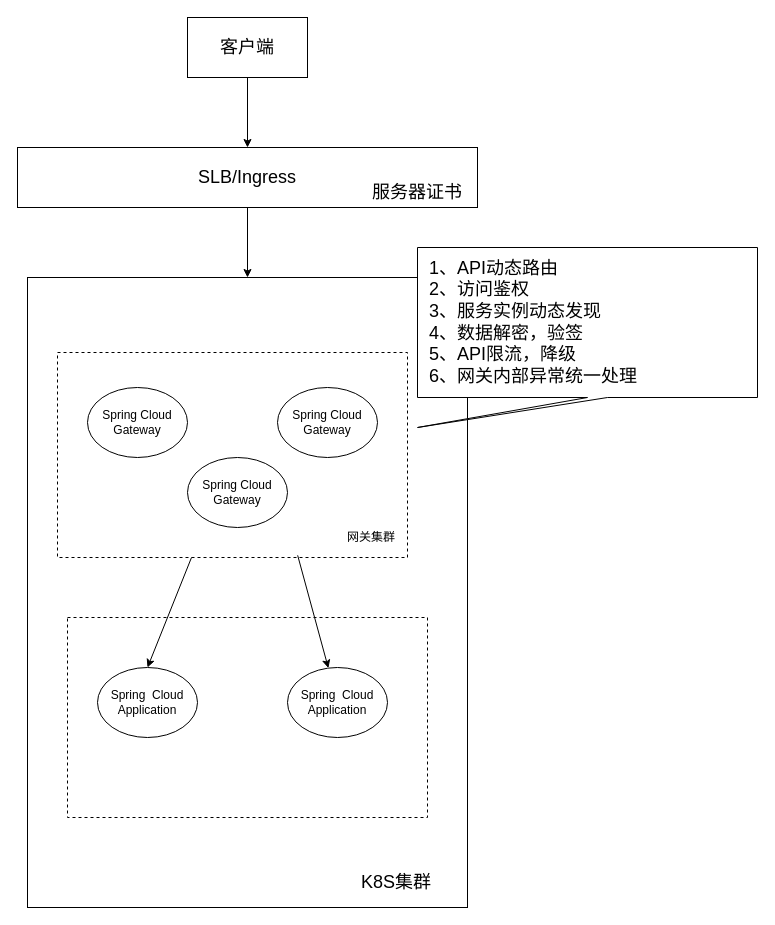
This is SketchMap/Untitled Diagram.drawio from liuyunlong1229/aaa, a draw.io file, before an edit. Source tidied: cells renumbered, new cells numbered last; positions are measured from the earlier drawing's top-left corner, leaving out a move shared by most shapes. Both pictures are drawn from the tidied source at 100%, with x=0, y=0 at pixel (17, 17).
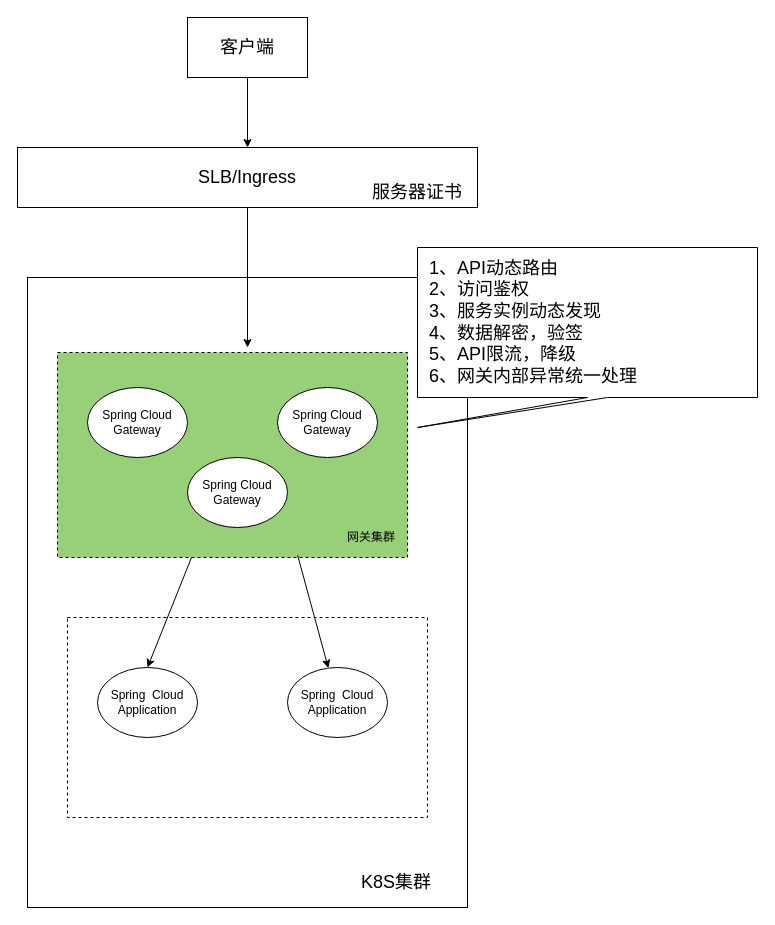
The same diagram, later.

The change refers to these unchanged cells:
```xml
<mxCell id="2" style="rounded=0;whiteSpace=wrap;html=1;" parent="1" vertex="1">
  <mxGeometry x="10" y="260" width="440" height="630" as="geometry" />
</mxCell>
<mxCell id="6" value="&lt;font style=&quot;font-size: 18px&quot;&gt;SLB/Ingress&lt;/font&gt;" style="rounded=0;whiteSpace=wrap;html=1;" parent="1" vertex="1">
  <mxGeometry y="130" width="460" height="60" as="geometry" />
</mxCell>
```

Diff of the diagram source:
```diff
@@
-    <mxCell id="4" style="rounded=0;whiteSpace=wrap;html=1;dashed=1;" parent="1" vertex="1">
+    <mxCell id="4" style="rounded=0;whiteSpace=wrap;html=1;dashed=1;fillColor=#97D077;" parent="1" vertex="1">
       <mxGeometry x="40" y="335" width="350" height="205" as="geometry" />
     </mxCell>
-    <mxCell id="5" style="edgeStyle=orthogonalEdgeStyle;rounded=0;jettySize=auto;html=1;" parent="1" edge="1" source="6" target="2">
-      <mxGeometry relative="1" as="geometry" />
+    <mxCell id="5" style="edgeStyle=orthogonalEdgeStyle;rounded=0;jettySize=auto;html=1;" parent="1" edge="1" source="6">
+      <mxGeometry relative="1" as="geometry">
+        <mxPoint x="230" y="330" as="targetPoint" />
+      </mxGeometry>
     </mxCell>
```
